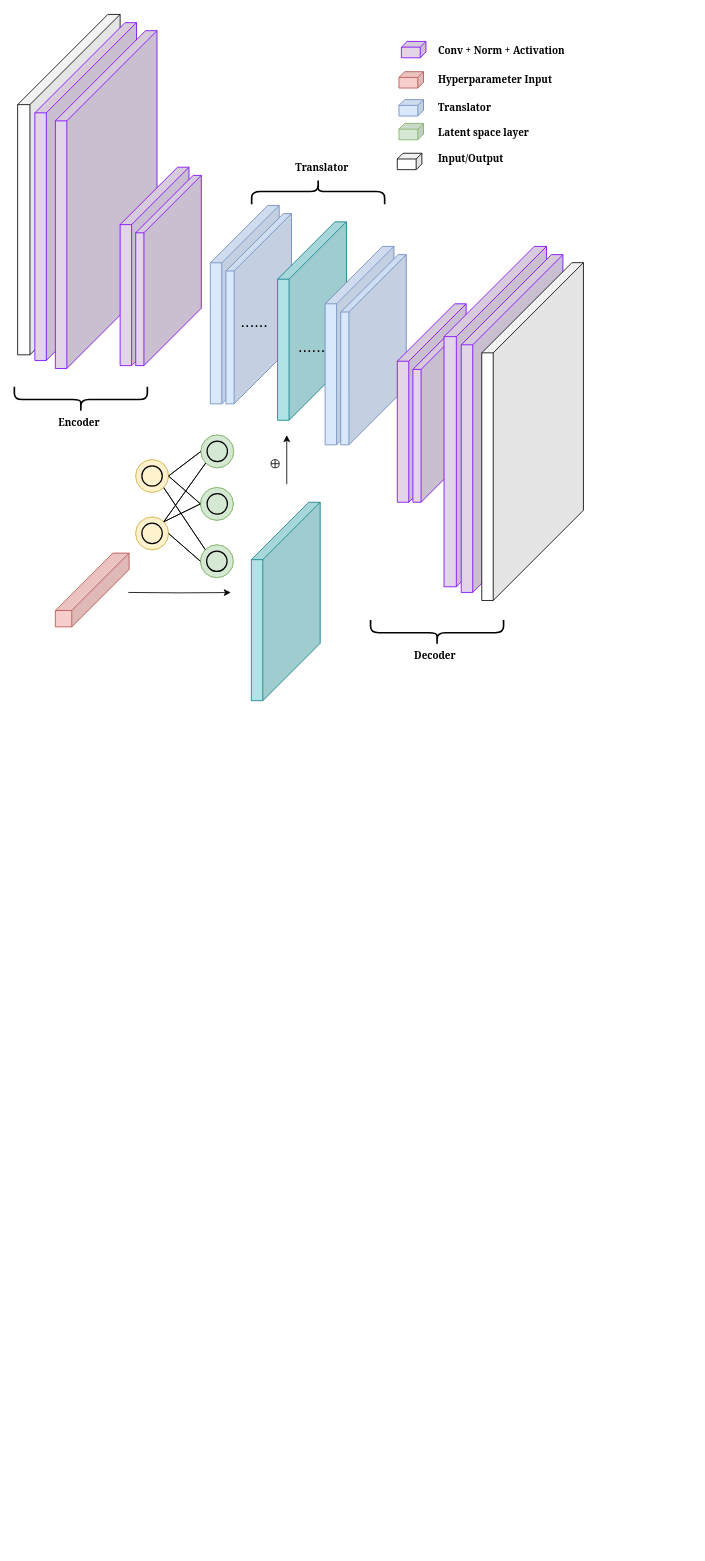
Before: Untitled Diagram.drawio in linkedlist771/Amp-Mlp, a draw.io diagram. Source tidied: cells renumbered, new cells numbered last; positions are measured from the earlier drawing's top-left corner, leaving out a move shared by most shapes. Both pictures are drawn from the tidied source at 82%, with x=0, y=0 at pixel (17, 14).
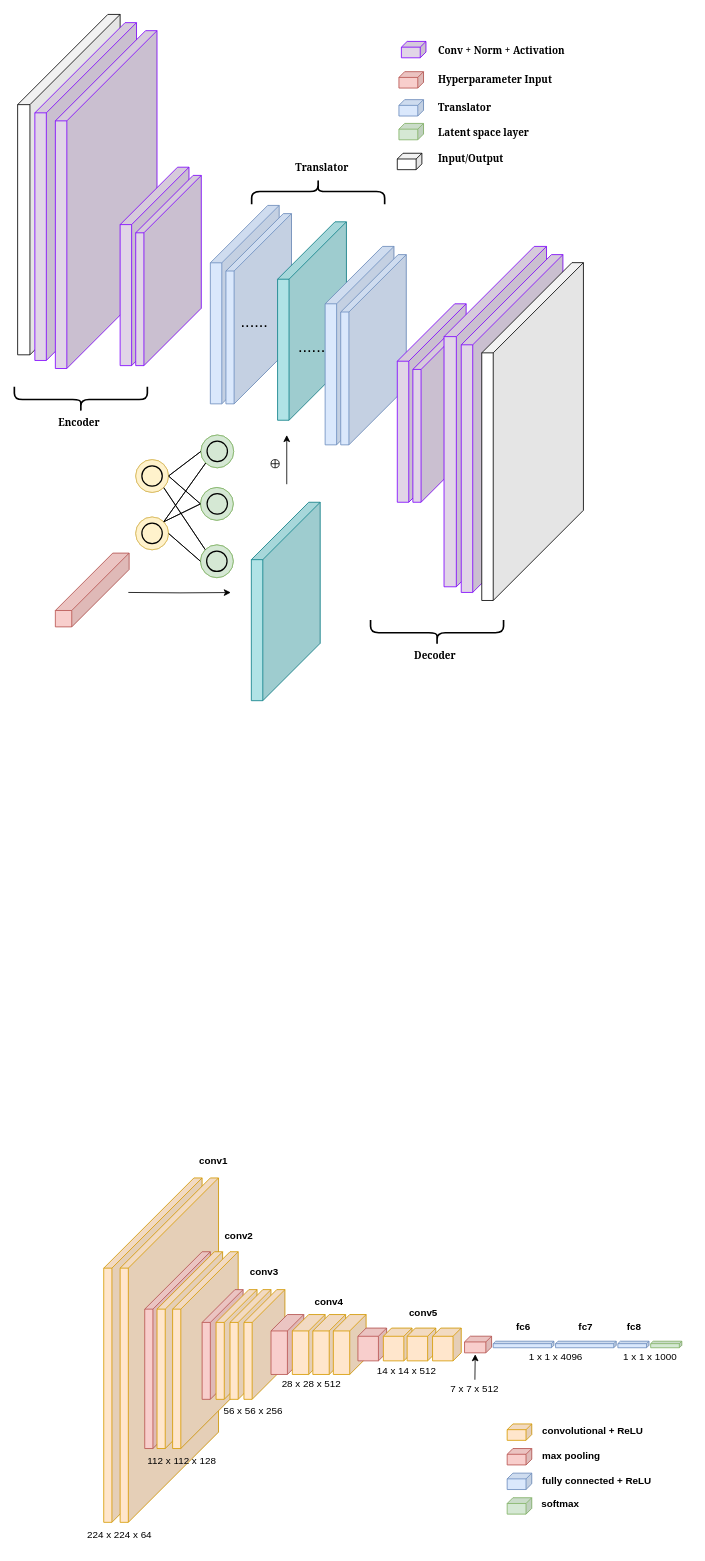
Above is the later version.

Change to the diagram source:
```diff
@@
+    <mxCell id="73" style="shape=cube;whiteSpace=wrap;html=1;boundedLbl=1;backgroundOutline=1;darkOpacity=0.05;darkOpacity2=0.1;size=110;direction=east;flipH=1;fillColor=#ffe6cc;strokeColor=#d79b00;" parent="1" vertex="1">
+      <mxGeometry x="105" y="1419" width="120" height="420" as="geometry" />
+    </mxCell>
+    <mxCell id="74" style="shape=cube;whiteSpace=wrap;html=1;boundedLbl=1;backgroundOutline=1;darkOpacity=0.05;darkOpacity2=0.1;size=110;direction=east;flipH=1;fillColor=#ffe6cc;strokeColor=#d79b00;" parent="1" vertex="1">
+      <mxGeometry x="125" y="1419" width="120" height="420" as="geometry" />
+    </mxCell>
+    <mxCell id="75" style="shape=cube;whiteSpace=wrap;html=1;boundedLbl=1;backgroundOutline=1;darkOpacity=0.05;darkOpacity2=0.1;size=70;direction=east;flipH=1;fillColor=#f8cecc;strokeColor=#b85450;" parent="1" vertex="1">
+      <mxGeometry x="155" y="1509" width="80" height="240" as="geometry" />
+    </mxCell>
+    <mxCell id="76" style="shape=cube;whiteSpace=wrap;html=1;boundedLbl=1;backgroundOutline=1;darkOpacity=0.05;darkOpacity2=0.1;size=70;direction=east;flipH=1;fillColor=#ffe6cc;strokeColor=#d79b00;" parent="1" vertex="1">
+      <mxGeometry x="170" y="1509" width="80" height="240" as="geometry" />
+    </mxCell>
+    <mxCell id="77" style="shape=cube;whiteSpace=wrap;html=1;boundedLbl=1;backgroundOutline=1;darkOpacity=0.05;darkOpacity2=0.1;size=70;direction=east;flipH=1;fillColor=#ffe6cc;strokeColor=#d79b00;" parent="1" vertex="1">
+      <mxGeometry x="189" y="1509" width="80" height="240" as="geometry" />
+    </mxCell>
+    <mxCell id="78" style="shape=cube;whiteSpace=wrap;html=1;boundedLbl=1;backgroundOutline=1;darkOpacity=0.05;darkOpacity2=0.1;size=40;direction=east;flipH=1;fillColor=#f8cecc;strokeColor=#b85450;" parent="1" vertex="1">
+      <mxGeometry x="225" y="1555.2" width="50" height="133.8" as="geometry" />
+    </mxCell>
+    <mxCell id="79" style="shape=cube;whiteSpace=wrap;html=1;boundedLbl=1;backgroundOutline=1;darkOpacity=0.05;darkOpacity2=0.1;size=40;direction=east;flipH=1;fillColor=#ffe6cc;strokeColor=#d79b00;" parent="1" vertex="1">
+      <mxGeometry x="242" y="1555.2" width="50" height="133.8" as="geometry" />
+    </mxCell>
+    <mxCell id="80" style="shape=cube;whiteSpace=wrap;html=1;boundedLbl=1;backgroundOutline=1;darkOpacity=0.05;darkOpacity2=0.1;size=40;direction=east;flipH=1;fillColor=#ffe6cc;strokeColor=#d79b00;" parent="1" vertex="1">
+      <mxGeometry x="259" y="1555.2" width="50" height="133.8" as="geometry" />
+    </mxCell>
+    <mxCell id="81" style="shape=cube;whiteSpace=wrap;html=1;boundedLbl=1;backgroundOutline=1;darkOpacity=0.05;darkOpacity2=0.1;size=40;direction=east;flipH=1;fillColor=#ffe6cc;strokeColor=#d79b00;" parent="1" vertex="1">
+      <mxGeometry x="276" y="1555.2" width="50" height="133.8" as="geometry" />
+    </mxCell>
+    <mxCell id="82" style="shape=cube;whiteSpace=wrap;html=1;boundedLbl=1;backgroundOutline=1;darkOpacity=0.05;darkOpacity2=0.1;size=20;direction=east;flipH=1;fillColor=#f8cecc;strokeColor=#b85450;" parent="1" vertex="1">
+      <mxGeometry x="309" y="1585.6" width="40" height="73.1" as="geometry" />
+    </mxCell>
+    <mxCell id="83" style="shape=cube;whiteSpace=wrap;html=1;boundedLbl=1;backgroundOutline=1;darkOpacity=0.05;darkOpacity2=0.1;size=20;direction=east;flipH=1;fillColor=#ffe6cc;strokeColor=#d79b00;" parent="1" vertex="1">
+      <mxGeometry x="335" y="1585.6" width="40" height="73.1" as="geometry" />
+    </mxCell>
+    <mxCell id="84" style="shape=cube;whiteSpace=wrap;html=1;boundedLbl=1;backgroundOutline=1;darkOpacity=0.05;darkOpacity2=0.1;size=20;direction=east;flipH=1;fillColor=#ffe6cc;strokeColor=#d79b00;" parent="1" vertex="1">
+      <mxGeometry x="360" y="1585.6" width="40" height="73.1" as="geometry" />
+    </mxCell>
+    <mxCell id="85" style="shape=cube;whiteSpace=wrap;html=1;boundedLbl=1;backgroundOutline=1;darkOpacity=0.05;darkOpacity2=0.1;size=20;direction=east;flipH=1;fillColor=#ffe6cc;strokeColor=#d79b00;" parent="1" vertex="1">
+      <mxGeometry x="385" y="1585.6" width="40" height="73.1" as="geometry" />
+    </mxCell>
+    <mxCell id="86" style="shape=cube;whiteSpace=wrap;html=1;boundedLbl=1;backgroundOutline=1;darkOpacity=0.05;darkOpacity2=0.1;size=10;direction=east;flipH=1;fillColor=#f8cecc;strokeColor=#b85450;" parent="1" vertex="1">
+      <mxGeometry x="415" y="1602.1" width="35" height="40" as="geometry" />
+    </mxCell>
+    <mxCell id="87" style="shape=cube;whiteSpace=wrap;html=1;boundedLbl=1;backgroundOutline=1;darkOpacity=0.05;darkOpacity2=0.1;size=10;direction=east;flipH=1;fillColor=#ffe6cc;strokeColor=#d79b00;" parent="1" vertex="1">
+      <mxGeometry x="446" y="1602.1" width="35" height="40" as="geometry" />
+    </mxCell>
+    <mxCell id="88" style="shape=cube;whiteSpace=wrap;html=1;boundedLbl=1;backgroundOutline=1;darkOpacity=0.05;darkOpacity2=0.1;size=7;direction=east;flipH=1;fillColor=#f8cecc;strokeColor=#b85450;" parent="1" vertex="1">
+      <mxGeometry x="545" y="1612" width="33" height="20.3" as="geometry" />
+    </mxCell>
+    <mxCell id="89" style="shape=cube;whiteSpace=wrap;html=1;boundedLbl=1;backgroundOutline=1;darkOpacity=0.05;darkOpacity2=0.1;size=3;direction=east;flipH=1;fillColor=#dae8fc;strokeColor=#6c8ebf;" parent="1" vertex="1">
+      <mxGeometry x="580" y="1618.1" width="74" height="8" as="geometry" />
+    </mxCell>
+    <mxCell id="90" style="shape=cube;whiteSpace=wrap;html=1;boundedLbl=1;backgroundOutline=1;darkOpacity=0.05;darkOpacity2=0.1;size=3;direction=east;flipH=1;fillColor=#dae8fc;strokeColor=#6c8ebf;" parent="1" vertex="1">
+      <mxGeometry x="656" y="1618.1" width="74" height="8" as="geometry" />
+    </mxCell>
+    <mxCell id="91" style="shape=cube;whiteSpace=wrap;html=1;boundedLbl=1;backgroundOutline=1;darkOpacity=0.05;darkOpacity2=0.1;size=3;direction=east;flipH=1;fillColor=#dae8fc;strokeColor=#6c8ebf;" parent="1" vertex="1">
+      <mxGeometry x="732" y="1618.1" width="38" height="8" as="geometry" />
+    </mxCell>
+    <mxCell id="92" style="shape=cube;whiteSpace=wrap;html=1;boundedLbl=1;backgroundOutline=1;darkOpacity=0.05;darkOpacity2=0.1;size=7;direction=east;flipH=1;fillColor=#ffe6cc;strokeColor=#d79b00;" parent="1" vertex="1">
+      <mxGeometry x="597" y="1719" width="30" height="20" as="geometry" />
+    </mxCell>
+    <mxCell id="93" style="shape=cube;whiteSpace=wrap;html=1;boundedLbl=1;backgroundOutline=1;darkOpacity=0.05;darkOpacity2=0.1;size=7;direction=east;flipH=1;fillColor=#f8cecc;strokeColor=#b85450;" parent="1" vertex="1">
+      <mxGeometry x="597" y="1749" width="30" height="20" as="geometry" />
+    </mxCell>
+    <mxCell id="94" style="shape=cube;whiteSpace=wrap;html=1;boundedLbl=1;backgroundOutline=1;darkOpacity=0.05;darkOpacity2=0.1;size=7;direction=east;flipH=1;fillColor=#dae8fc;strokeColor=#6c8ebf;" parent="1" vertex="1">
+      <mxGeometry x="597" y="1779" width="30" height="20" as="geometry" />
+    </mxCell>
+    <mxCell id="95" style="shape=cube;whiteSpace=wrap;html=1;boundedLbl=1;backgroundOutline=1;darkOpacity=0.05;darkOpacity2=0.1;size=3;direction=east;flipH=1;fillColor=#d5e8d4;strokeColor=#82b366;" parent="1" vertex="1">
+      <mxGeometry x="772" y="1618.1" width="38" height="8" as="geometry" />
+    </mxCell>
+    <mxCell id="96" style="shape=cube;whiteSpace=wrap;html=1;boundedLbl=1;backgroundOutline=1;darkOpacity=0.05;darkOpacity2=0.1;size=7;direction=east;flipH=1;fillColor=#d5e8d4;strokeColor=#82b366;" parent="1" vertex="1">
+      <mxGeometry x="597" y="1809" width="30" height="20" as="geometry" />
+    </mxCell>
+    <mxCell id="97" value="&lt;b&gt;conv1&lt;/b&gt;" style="text;html=1;strokeColor=none;fillColor=none;align=center;verticalAlign=middle;whiteSpace=wrap;rounded=0;" parent="1" vertex="1">
+      <mxGeometry x="219" y="1383" width="40" height="30" as="geometry" />
+    </mxCell>
+    <mxCell id="98" value="&lt;b&gt;conv2&lt;/b&gt;" style="text;html=1;strokeColor=none;fillColor=none;align=center;verticalAlign=middle;whiteSpace=wrap;rounded=0;" parent="1" vertex="1">
+      <mxGeometry x="250" y="1475" width="40" height="30" as="geometry" />
+    </mxCell>
+    <mxCell id="99" value="&lt;b&gt;conv3&lt;/b&gt;" style="text;html=1;strokeColor=none;fillColor=none;align=center;verticalAlign=middle;whiteSpace=wrap;rounded=0;" parent="1" vertex="1">
+      <mxGeometry x="281" y="1519" width="40" height="30" as="geometry" />
+    </mxCell>
+    <mxCell id="100" value="&lt;b&gt;conv4&lt;/b&gt;" style="text;html=1;strokeColor=none;fillColor=none;align=center;verticalAlign=middle;whiteSpace=wrap;rounded=0;" parent="1" vertex="1">
+      <mxGeometry x="360" y="1555.2" width="40" height="30" as="geometry" />
+    </mxCell>
+    <mxCell id="101" value="&lt;b&gt;conv5&lt;/b&gt;" style="text;html=1;strokeColor=none;fillColor=none;align=center;verticalAlign=middle;whiteSpace=wrap;rounded=0;" parent="1" vertex="1">
+      <mxGeometry x="475" y="1569" width="40" height="30" as="geometry" />
+    </mxCell>
+    <mxCell id="102" value="&lt;b&gt;fc6&lt;/b&gt;" style="text;html=1;strokeColor=none;fillColor=none;align=center;verticalAlign=middle;whiteSpace=wrap;rounded=0;" parent="1" vertex="1">
+      <mxGeometry x="597" y="1585.6" width="40" height="30" as="geometry" />
+    </mxCell>
+    <mxCell id="103" value="&lt;b&gt;fc7&lt;/b&gt;" style="text;html=1;strokeColor=none;fillColor=none;align=center;verticalAlign=middle;whiteSpace=wrap;rounded=0;" parent="1" vertex="1">
+      <mxGeometry x="673" y="1585.6" width="40" height="30" as="geometry" />
+    </mxCell>
+    <mxCell id="104" value="&lt;b&gt;fc8&lt;/b&gt;" style="text;html=1;strokeColor=none;fillColor=none;align=center;verticalAlign=middle;whiteSpace=wrap;rounded=0;" parent="1" vertex="1">
+      <mxGeometry x="732" y="1585.6" width="40" height="30" as="geometry" />
+    </mxCell>
+    <mxCell id="105" value="224 x 224 x 64" style="text;html=1;strokeColor=none;fillColor=none;align=center;verticalAlign=middle;whiteSpace=wrap;rounded=0;" parent="1" vertex="1">
+      <mxGeometry x="75" y="1839" width="99" height="30" as="geometry" />
+    </mxCell>
+    <mxCell id="106" value="112 x 112 x 128" style="text;html=1;strokeColor=none;fillColor=none;align=center;verticalAlign=middle;whiteSpace=wrap;rounded=0;" parent="1" vertex="1">
+      <mxGeometry x="151" y="1749" width="99" height="30" as="geometry" />
+    </mxCell>
+    <mxCell id="107" value="56 x 56 x 256" style="text;html=1;strokeColor=none;fillColor=none;align=center;verticalAlign=middle;whiteSpace=wrap;rounded=0;" parent="1" vertex="1">
+      <mxGeometry x="238" y="1688" width="99" height="30" as="geometry" />
+    </mxCell>
+    <mxCell id="108" value="28 x 28 x 512" style="text;html=1;strokeColor=none;fillColor=none;align=center;verticalAlign=middle;whiteSpace=wrap;rounded=0;" parent="1" vertex="1">
+      <mxGeometry x="309" y="1655" width="99" height="30" as="geometry" />
+    </mxCell>
+    <mxCell id="109" value="14 x 14 x 512" style="text;html=1;strokeColor=none;fillColor=none;align=center;verticalAlign=middle;whiteSpace=wrap;rounded=0;" parent="1" vertex="1">
+      <mxGeometry x="425" y="1640.1" width="99" height="30" as="geometry" />
+    </mxCell>
+    <mxCell id="110" style="shape=cube;whiteSpace=wrap;html=1;boundedLbl=1;backgroundOutline=1;darkOpacity=0.05;darkOpacity2=0.1;size=10;direction=east;flipH=1;fillColor=#ffe6cc;strokeColor=#d79b00;" parent="1" vertex="1">
+      <mxGeometry x="475" y="1602.1" width="35" height="40" as="geometry" />
+    </mxCell>
+    <mxCell id="111" style="shape=cube;whiteSpace=wrap;html=1;boundedLbl=1;backgroundOutline=1;darkOpacity=0.05;darkOpacity2=0.1;size=10;direction=east;flipH=1;fillColor=#ffe6cc;strokeColor=#d79b00;" parent="1" vertex="1">
+      <mxGeometry x="506" y="1602.1" width="35" height="40" as="geometry" />
+    </mxCell>
+    <mxCell id="112" value="7 x 7 x 512" style="text;html=1;strokeColor=none;fillColor=none;align=center;verticalAlign=middle;whiteSpace=wrap;rounded=0;" parent="1" vertex="1">
+      <mxGeometry x="508" y="1665.1" width="99" height="23.9" as="geometry" />
+    </mxCell>
+    <mxCell id="113" style="endArrow=classic;html=1;entryX=0.605;entryY=1.084;entryDx=0;entryDy=0;entryPerimeter=0;" parent="1" edge="1" source="112" target="88">
+      <mxGeometry relative="1" as="geometry" />
+    </mxCell>
+    <mxCell id="114" value="1 x 1 x 4096" style="text;html=1;strokeColor=none;fillColor=none;align=center;verticalAlign=middle;whiteSpace=wrap;rounded=0;" parent="1" vertex="1">
+      <mxGeometry x="607" y="1626.1" width="99" height="24" as="geometry" />
+    </mxCell>
+    <mxCell id="115" value="1 x 1 x 1000" style="text;html=1;strokeColor=none;fillColor=none;align=center;verticalAlign=middle;whiteSpace=wrap;rounded=0;" parent="1" vertex="1">
+      <mxGeometry x="722" y="1626.1" width="99" height="24" as="geometry" />
+    </mxCell>
+    <mxCell id="116" value="convolutional + ReLU" style="text;html=1;strokeColor=none;fillColor=none;align=left;verticalAlign=middle;whiteSpace=wrap;rounded=0;fontStyle=1;" parent="1" vertex="1">
+      <mxGeometry x="638" y="1716.1" width="138" height="23.9" as="geometry" />
+    </mxCell>
+    <mxCell id="117" value="max pooling" style="text;html=1;strokeColor=none;fillColor=none;align=left;verticalAlign=middle;whiteSpace=wrap;rounded=0;fontStyle=1;" parent="1" vertex="1">
+      <mxGeometry x="638" y="1746.1" width="138" height="23.9" as="geometry" />
+    </mxCell>
+    <mxCell id="118" value="fully connected + ReLU" style="text;html=1;strokeColor=none;fillColor=none;align=left;verticalAlign=middle;whiteSpace=wrap;rounded=0;fontStyle=1;" parent="1" vertex="1">
+      <mxGeometry x="638" y="1777.1" width="138" height="23.9" as="geometry" />
+    </mxCell>
+    <mxCell id="119" value="softmax" style="text;html=1;strokeColor=none;fillColor=none;align=left;verticalAlign=middle;whiteSpace=wrap;rounded=0;fontStyle=1;" parent="1" vertex="1">
+      <mxGeometry x="637" y="1805.1" width="138" height="23.9" as="geometry" />
+    </mxCell>
```
